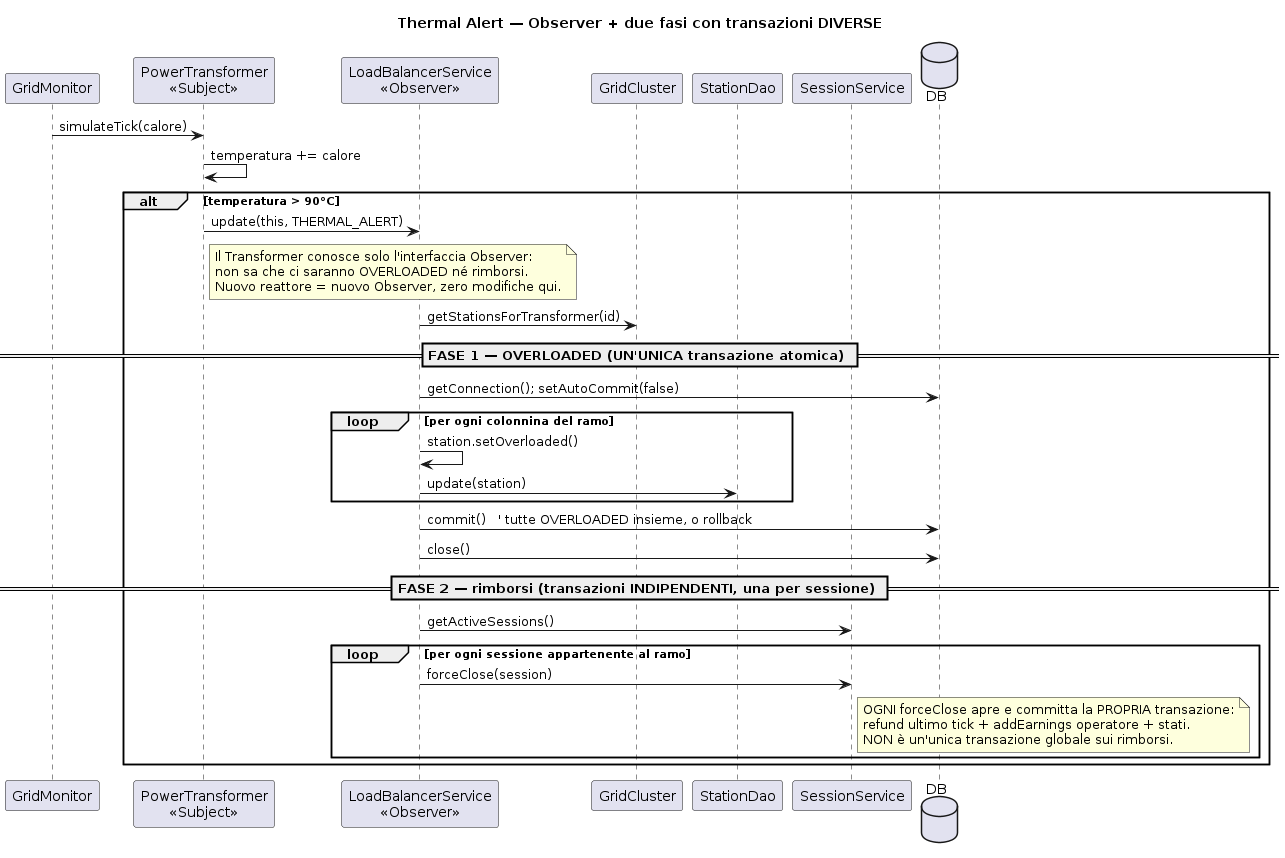
Earlier version of the PlantUML export Relazione_SWE/images/Thermal_Alert.png (TommasoSottili/ChargeNet).
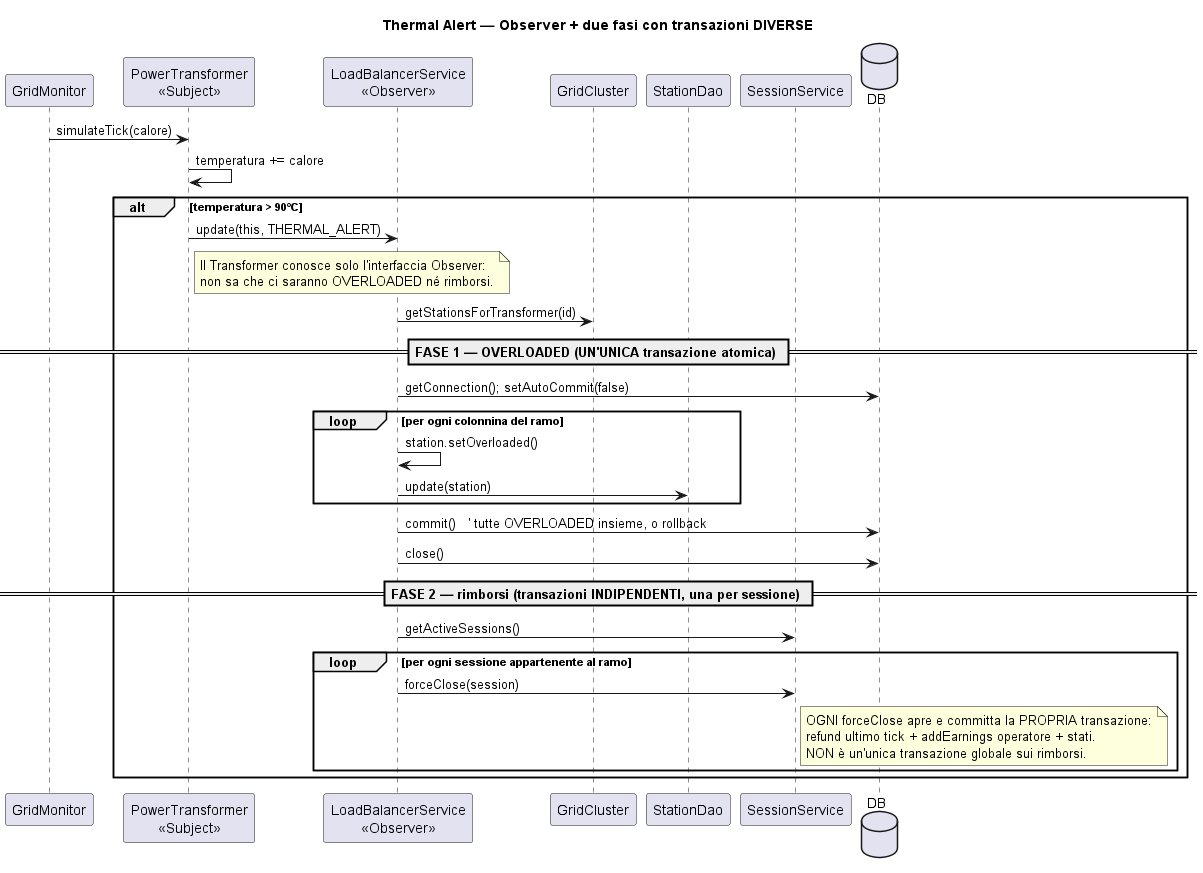
The same diagram one commit later.

Change to the diagram source:
```diff
@@ -17,7 +17,6 @@
     note right of PT
         Il Transformer conosce solo l'interfaccia Observer:
         non sa che ci saranno OVERLOADED né rimborsi.
-        Nuovo reattore = nuovo Observer, zero modifiche qui.
     end note
     LB -> GC : getStationsForTransformer(id)
 
```
